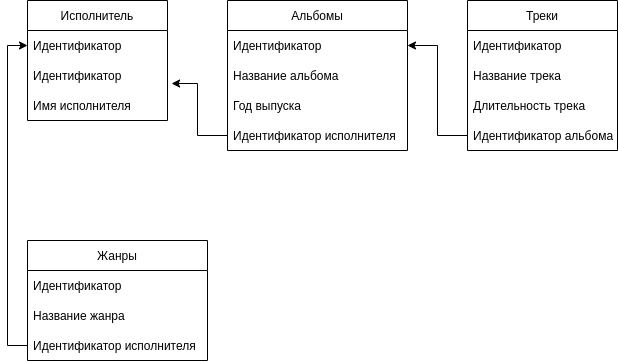
Before: music_site_scheme.png, a diagram exported from draw.io (radik121/database). Source tidied: cells renumbered, new cells last; positions are measured from the earlier drawing's top-left corner, leaving out a move shared by most shapes.
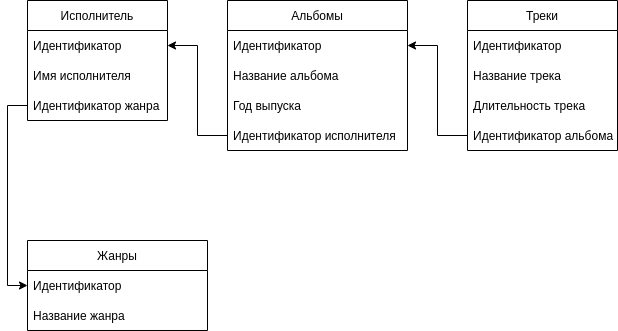
Above is the later version.

Commit message:
database_rework

The edit, as a diff of the source:
```diff
@@ -5,15 +5,15 @@
     <mxCell id="2" value="Исполнитель" style="swimlane;fontStyle=0;horizontal=1;startSize=30;" parent="1" vertex="1">
       <mxGeometry width="140" height="120" as="geometry" />
     </mxCell>
-    <mxCell id="3" value="Идентификатор" style="text;strokeColor=none;fillColor=none;align=left;verticalAlign=middle;spacingLeft=4;spacingRight=4;overflow=hidden;points=[[0,0.5],[1,0.5]];portConstraint=eastwest;" parent="2" vertex="1">
-      <mxGeometry y="30" width="140" height="30" as="geometry" />
-    </mxCell>
     <mxCell id="4" value="Идентификатор" style="text;strokeColor=none;fillColor=none;align=left;verticalAlign=middle;spacingLeft=4;spacingRight=4;overflow=hidden;points=[[0,0.5],[1,0.5]];portConstraint=eastwest;" parent="2" vertex="1">
-      <mxGeometry y="60" width="140" height="30" as="geometry" />
+      <mxGeometry y="30" width="140" height="30" as="geometry" />
     </mxCell>
     <mxCell id="5" value="Имя исполнителя" style="text;strokeColor=none;fillColor=none;align=left;verticalAlign=middle;spacingLeft=4;spacingRight=4;overflow=hidden;" parent="2" vertex="1">
-      <mxGeometry y="90" width="140" height="30" as="geometry" />
+      <mxGeometry y="60" width="140" height="30" as="geometry" />
     </mxCell>
+    <mxCell id="23" value="Идентификатор жанра" style="text;strokeColor=none;fillColor=none;align=left;verticalAlign=middle;spacingLeft=4;spacingRight=4;overflow=hidden;points=[[0,0.5],[1,0.5]];portConstraint=eastwest;" parent="2" vertex="1">
+      <mxGeometry y="90" width="140" height="30" as="geometry" />
+    </mxCell>
     <mxCell id="6" value="Альбомы" style="swimlane;fontStyle=0;horizontal=1;startSize=30;" parent="1" vertex="1">
       <mxGeometry x="200" width="180" height="150" as="geometry" />
     </mxCell>
@@ -29,7 +29,7 @@
     <mxCell id="10" value="Идентификатор исполнителя" style="text;strokeColor=none;fillColor=none;align=left;verticalAlign=middle;spacingLeft=4;spacingRight=4;overflow=hidden;points=[[0,0.5],[1,0.5]];portConstraint=eastwest;" parent="6" vertex="1">
       <mxGeometry y="120" width="180" height="30" as="geometry" />
     </mxCell>
-    <mxCell id="11" style="edgeStyle=orthogonalEdgeStyle;rounded=0;jettySize=auto;html=1;entryX=1.029;entryY=0.767;entryDx=0;entryDy=0;entryPerimeter=0;" parent="1" edge="1" source="10" target="4">
+    <mxCell id="11" style="edgeStyle=orthogonalEdgeStyle;rounded=0;jettySize=auto;html=1;entryX=1;entryY=0.5;entryDx=0;entryDy=0;" parent="1" edge="1" source="10" target="4">
       <mxGeometry relative="1" as="geometry" />
     </mxCell>
     <mxCell id="12" value="Треки" style="swimlane;fontStyle=0;horizontal=1;startSize=30;" parent="1" vertex="1">
@@ -51,7 +51,7 @@
       <mxGeometry relative="1" as="geometry" />
     </mxCell>
     <mxCell id="18" value="Жанры" style="swimlane;fontStyle=0;horizontal=1;startSize=30;" parent="1" vertex="1">
-      <mxGeometry y="240" width="180" height="120" as="geometry" />
+      <mxGeometry y="240" width="180" height="90" as="geometry" />
     </mxCell>
     <mxCell id="19" value="Идентификатор" style="text;strokeColor=none;fillColor=none;align=left;verticalAlign=middle;spacingLeft=4;spacingRight=4;overflow=hidden;points=[[0,0.5],[1,0.5]];portConstraint=eastwest;" parent="18" vertex="1">
       <mxGeometry y="30" width="180" height="30" as="geometry" />
@@ -59,11 +59,8 @@
     <mxCell id="20" value="Название жанра" style="text;strokeColor=none;fillColor=none;align=left;verticalAlign=middle;spacingLeft=4;spacingRight=4;overflow=hidden;" parent="18" vertex="1">
       <mxGeometry y="60" width="180" height="30" as="geometry" />
     </mxCell>
-    <mxCell id="21" value="Идентификатор исполнителя" style="text;strokeColor=none;fillColor=none;align=left;verticalAlign=middle;spacingLeft=4;spacingRight=4;overflow=hidden;points=[[0,0.5],[1,0.5]];portConstraint=eastwest;" parent="18" vertex="1">
-      <mxGeometry y="90" width="180" height="30" as="geometry" />
-    </mxCell>
-    <mxCell id="22" style="edgeStyle=orthogonalEdgeStyle;rounded=0;jettySize=auto;html=1;exitX=0;exitY=0.5;exitDx=0;exitDy=0;entryX=0;entryY=0.5;entryDx=0;entryDy=0;" parent="1" edge="1" source="21" target="3">
-      <mxGeometry relative="1" as="geometry" />
-    </mxCell>
+    <mxCell id="24" style="edgeStyle=orthogonalEdgeStyle;rounded=0;jettySize=auto;html=1;exitX=0;exitY=0.5;exitDx=0;exitDy=0;entryX=0;entryY=0.5;entryDx=0;entryDy=0;" parent="1" edge="1" source="23" target="19">
+      <mxGeometry relative="1" as="geometry" />
+    </mxCell>
   </root>
 </mxGraphModel>
```
